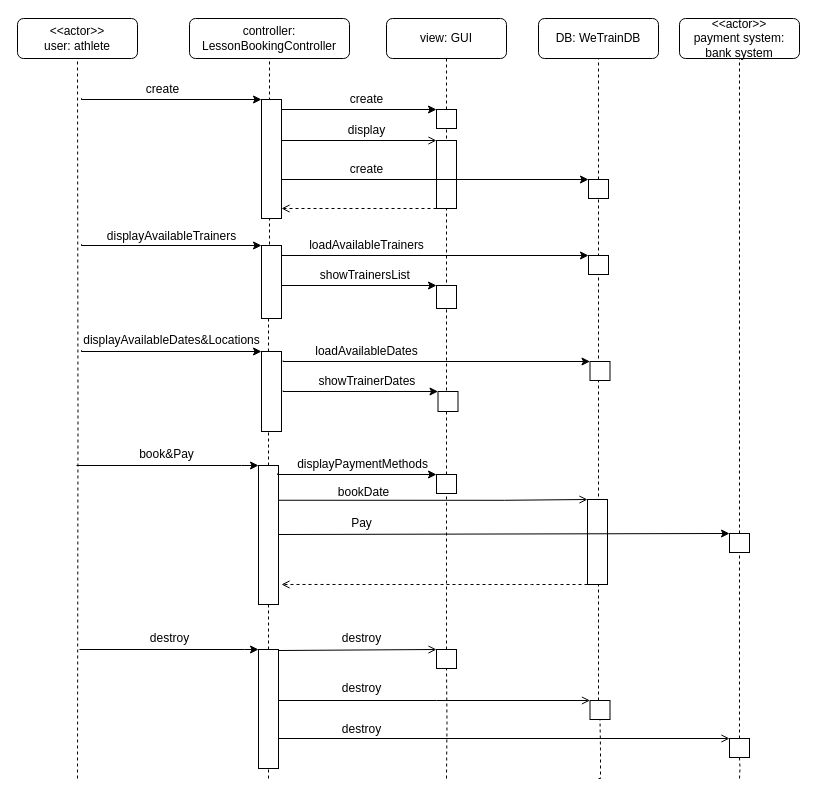
Earlier version of the draw.io diagram Manenti/SeqD(BookingLesson)_Manenti.drawio (Bobbarello00/WeTrain). Source tidied: cells renumbered, new cells numbered last; positions are measured from the earlier drawing's top-left corner, leaving out a move shared by most shapes. Both pictures are drawn from the tidied source at 100%, with x=0, y=0 at pixel (17, 18).
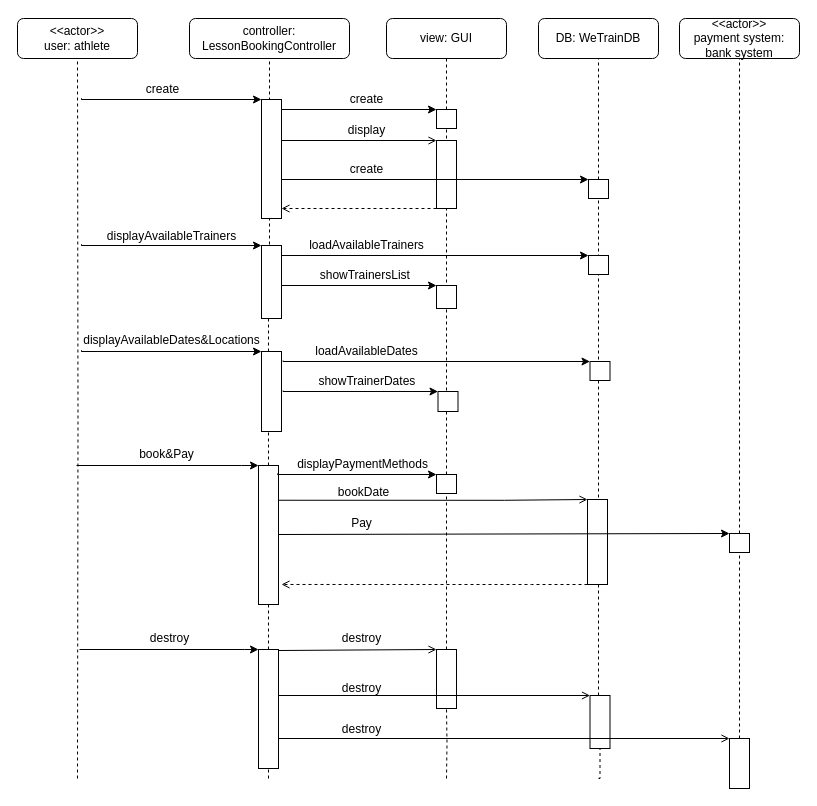
After the change.

What changed in the source:
```diff
@@
     <mxCell id="66" style="rounded=0;whiteSpace=wrap;html=1;" parent="1" vertex="1">
-      <mxGeometry x="419" y="631" width="20" height="19" as="geometry" />
+      <mxGeometry x="419" y="631" width="20" height="59" as="geometry" />
     </mxCell>
@@
     <mxCell id="69" style="endArrow=open;html=1;rounded=0;edgeStyle=orthogonalEdgeStyle;entryX=0;entryY=0;entryDx=0;entryDy=0;endFill=0;" parent="1" edge="1" target="71">
       <mxGeometry relative="1" as="geometry">
-        <mxPoint x="261" y="681" as="sourcePoint" />
+        <mxPoint x="261" y="676" as="sourcePoint" />
         <Array as="points">
-          <mxPoint x="261" y="682" />
-          <mxPoint x="419" y="682" />
+          <mxPoint x="261" y="677" />
+          <mxPoint x="419" y="677" />
         </Array>
       </mxGeometry>
     </mxCell>
@@
     <mxCell id="71" style="rounded=0;whiteSpace=wrap;html=1;" parent="1" vertex="1">
-      <mxGeometry x="572.5" y="682" width="20" height="19" as="geometry" />
+      <mxGeometry x="572.5" y="677" width="20" height="53" as="geometry" />
     </mxCell>
@@
     <mxCell id="75" style="rounded=0;whiteSpace=wrap;html=1;" parent="1" vertex="1">
-      <mxGeometry x="712" y="720" width="20" height="19" as="geometry" />
+      <mxGeometry x="712" y="720" width="20" height="50" as="geometry" />
     </mxCell>
-    <mxCell id="76" style="endArrow=none;dashed=1;html=1;rounded=0;edgeStyle=orthogonalEdgeStyle;entryX=0.5;entryY=1;entryDx=0;entryDy=0;startArrow=none;" parent="1" edge="1" target="75">
-      <mxGeometry relative="1" as="geometry">
-        <mxPoint x="722" y="760" as="sourcePoint" />
-      </mxGeometry>
-    </mxCell>
```
